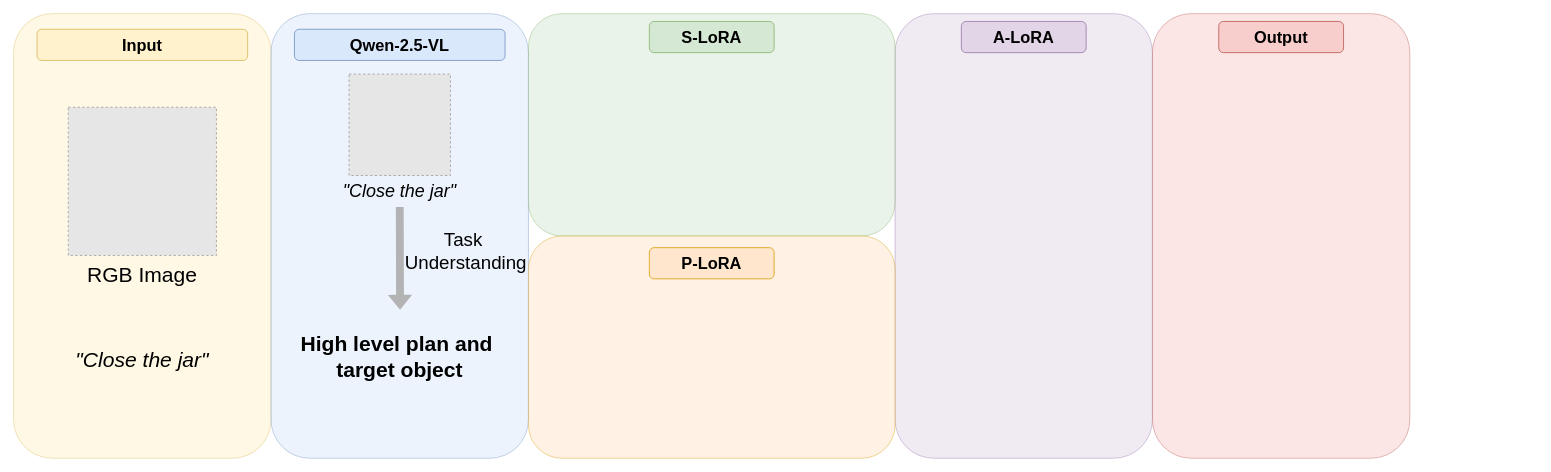
Earlier version of the draw.io diagram page "第 1 页" (1 of 11) of new.drawio (davidclose322/davidclose). Source tidied: cells renumbered, new cells numbered last; positions are measured from the earlier drawing's top-left corner, leaving out a move shared by most shapes. Both pictures are drawn from the tidied source at 78%, with x=0, y=0 at pixel (13, 13). Pictures stored in the file or linked from it are replaced by grey dashed boxes.
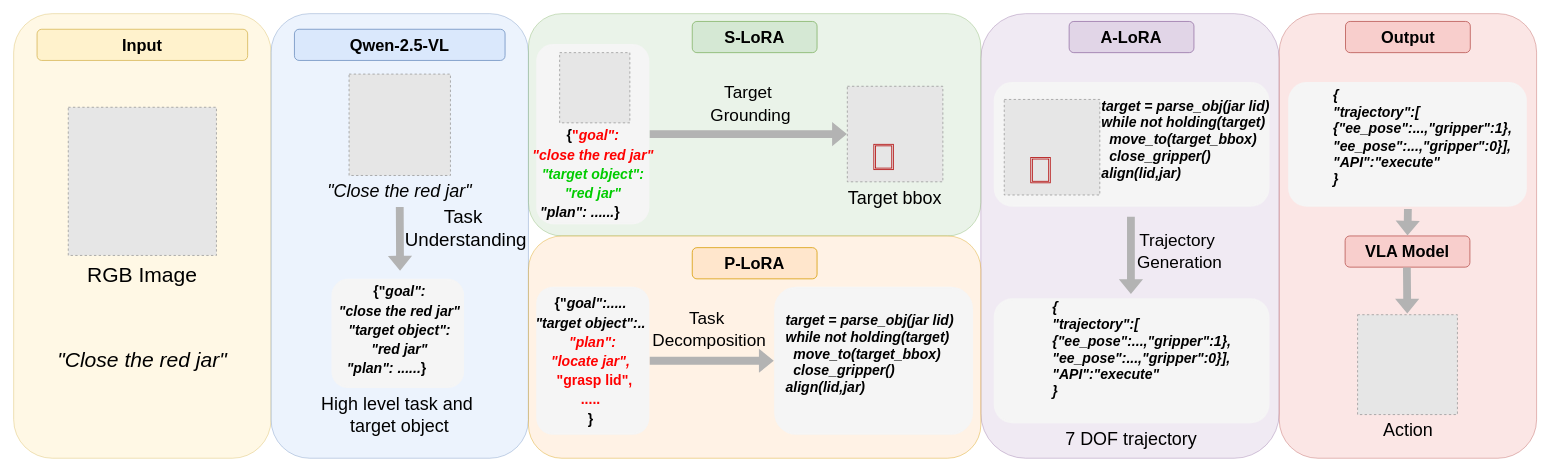
Above is the later version.

What changed in the source:
```diff
@@
     <mxCell id="3" style="rounded=1;whiteSpace=wrap;html=1;fillColor=#e1d5e7;strokeColor=#9673a6;opacity=50;" parent="1" vertex="1">
-      <mxGeometry x="1130" width="330" height="570" as="geometry" />
+      <mxGeometry x="1240" width="382.5" height="570" as="geometry" />
     </mxCell>
@@
     <mxCell id="5" style="rounded=1;whiteSpace=wrap;html=1;fillColor=#d5e8d4;strokeColor=#82b366;opacity=50;" parent="1" vertex="1">
-      <mxGeometry x="660" width="470" height="285" as="geometry" />
+      <mxGeometry x="660" width="580" height="285" as="geometry" />
     </mxCell>
     <mxCell id="6" style="rounded=1;whiteSpace=wrap;html=1;fillColor=#ffe6cc;strokeColor=#d79b00;opacity=50;" parent="1" vertex="1">
-      <mxGeometry x="660" y="285" width="470" height="285" as="geometry" />
+      <mxGeometry x="660" y="285" width="580" height="285" as="geometry" />
     </mxCell>
     <mxCell id="7" style="rounded=1;whiteSpace=wrap;html=1;fillColor=#f8cecc;strokeColor=#b85450;opacity=50;" parent="1" vertex="1">
-      <mxGeometry x="1460" width="330" height="570" as="geometry" />
+      <mxGeometry x="1622.5" width="330" height="570" as="geometry" />
     </mxCell>
@@
     <mxCell id="9" value="&lt;font style=&quot;font-size: 21px;&quot;&gt;&lt;b style=&quot;&quot;&gt;A-LoRA&lt;/b&gt;&lt;/font&gt;" style="rounded=1;whiteSpace=wrap;html=1;fillColor=#e1d5e7;strokeColor=#9673a6;" parent="1" vertex="1">
-      <mxGeometry x="1215" y="10" width="160" height="40" as="geometry" />
+      <mxGeometry x="1353.2" y="10" width="160" height="40" as="geometry" />
     </mxCell>
     <mxCell id="10" value="&lt;font style=&quot;font-size: 21px;&quot;&gt;&lt;b style=&quot;&quot;&gt;Output&lt;/b&gt;&lt;/font&gt;" style="rounded=1;whiteSpace=wrap;html=1;fillColor=#f8cecc;strokeColor=#b85450;" parent="1" vertex="1">
-      <mxGeometry x="1545" y="10" width="160" height="40" as="geometry" />
+      <mxGeometry x="1707.5" y="10" width="160" height="40" as="geometry" />
     </mxCell>
@@
     <mxCell id="12" value="&lt;font style=&quot;font-size: 21px;&quot;&gt;&lt;b style=&quot;&quot;&gt;S-LoRA&lt;/b&gt;&lt;/font&gt;" style="rounded=1;whiteSpace=wrap;html=1;fillColor=#d5e8d4;strokeColor=#82b366;" parent="1" vertex="1">
-      <mxGeometry x="815" y="10" width="160" height="40" as="geometry" />
+      <mxGeometry x="870" y="10" width="160" height="40" as="geometry" />
     </mxCell>
     <mxCell id="13" value="&lt;font style=&quot;font-size: 21px;&quot;&gt;&lt;b style=&quot;&quot;&gt;P-LoRA&lt;/b&gt;&lt;/font&gt;" style="rounded=1;whiteSpace=wrap;html=1;fillColor=#ffe6cc;strokeColor=#d79b00;" parent="1" vertex="1">
-      <mxGeometry x="815" y="300" width="160" height="40" as="geometry" />
+      <mxGeometry x="870" y="300" width="160" height="40" as="geometry" />
     </mxCell>
@@
-    <mxCell id="16" value="&lt;font style=&quot;font-size: 27px;&quot;&gt;&lt;i style=&quot;&quot;&gt;&quot;Close the jar&quot;&lt;/i&gt;&lt;/font&gt;" style="text;html=1;whiteSpace=wrap;strokeColor=none;fillColor=none;align=center;verticalAlign=middle;rounded=0;" parent="1" vertex="1">
-      <mxGeometry x="70" y="420" width="190" height="50" as="geometry" />
+    <mxCell id="16" value="&lt;font style=&quot;font-size: 27px;&quot;&gt;&lt;i style=&quot;&quot;&gt;&quot;Close the red jar&quot;&lt;/i&gt;&lt;/font&gt;" style="text;html=1;whiteSpace=wrap;strokeColor=none;fillColor=none;align=center;verticalAlign=middle;rounded=0;" parent="1" vertex="1">
+      <mxGeometry x="45" y="420" width="240" height="50" as="geometry" />
     </mxCell>
@@
-    <mxCell id="18" value="&lt;font style=&quot;font-size: 23px;&quot;&gt;&lt;i style=&quot;&quot;&gt;&quot;Close the jar&quot;&lt;/i&gt;&lt;/font&gt;" style="text;html=1;whiteSpace=wrap;strokeColor=none;fillColor=none;align=center;verticalAlign=middle;rounded=0;" parent="1" vertex="1">
-      <mxGeometry x="410" y="207.5" width="170" height="40" as="geometry" />
+    <mxCell id="18" value="&lt;font style=&quot;font-size: 23px;&quot;&gt;&lt;i style=&quot;&quot;&gt;&quot;Close the red jar&quot;&lt;/i&gt;&lt;/font&gt;" style="text;html=1;whiteSpace=wrap;strokeColor=none;fillColor=none;align=center;verticalAlign=middle;rounded=0;" parent="1" vertex="1">
+      <mxGeometry x="390" y="207.5" width="210" height="40" as="geometry" />
     </mxCell>
     <mxCell id="19" style="shape=flexArrow;endArrow=classic;html=1;rounded=0;exitX=0.5;exitY=1;exitDx=0;exitDy=0;fillColor=#B3B3B3;strokeColor=none;" parent="1" edge="1" source="18">
       <mxGeometry relative="1" as="geometry">
-        <mxPoint x="495.4" y="380" as="targetPoint" />
+        <mxPoint x="495.4" y="330" as="targetPoint" />
       </mxGeometry>
     </mxCell>
-    <mxCell id="20" value="&lt;font style=&quot;font-size: 27px;&quot;&gt;&lt;b&gt;High level plan and&amp;nbsp;&lt;/b&gt;&lt;/font&gt;&lt;div&gt;&lt;font style=&quot;font-size: 27px;&quot;&gt;&lt;b&gt;target object&lt;/b&gt;&lt;/font&gt;&lt;/div&gt;" style="text;html=1;whiteSpace=wrap;strokeColor=none;fillColor=none;align=center;verticalAlign=middle;rounded=0;" parent="1" vertex="1">
-      <mxGeometry x="355" y="400" width="280" height="80" as="geometry" />
-    </mxCell>
     <mxCell id="21" value="Task&amp;nbsp;&lt;div&gt;Understanding&lt;/div&gt;" style="text;html=1;whiteSpace=wrap;strokeColor=none;fillColor=none;align=center;verticalAlign=middle;rounded=0;fontSize=24;" parent="1" vertex="1">
-      <mxGeometry x="490" y="270" width="180" height="70" as="geometry" />
+      <mxGeometry x="490" y="240" width="180" height="70" as="geometry" />
     </mxCell>
+    <mxCell id="22" style="shape=ext;double=1;rounded=1;whiteSpace=wrap;html=1;strokeColor=none;fillColor=#f5f5f5;fontColor=#333333;" parent="1" vertex="1">
+      <mxGeometry x="670" y="38.8" width="145" height="231.2" as="geometry" />
+    </mxCell>
+    <mxCell id="23" style="fillColor=#E6E6E6;strokeColor=#999999;dashed=1;verticalLabelPosition=bottom;labelBackgroundColor=default;verticalAlign=top;" parent="1" vertex="1">
+      <mxGeometry x="700" y="50" width="90" height="90" as="geometry" />
+    </mxCell>
+    <mxCell id="24" style="fillColor=#E6E6E6;strokeColor=#999999;dashed=1;verticalLabelPosition=bottom;labelBackgroundColor=default;verticalAlign=top;" parent="1" vertex="1">
+      <mxGeometry x="1068.8" y="93.1" width="122.5" height="122.5" as="geometry" />
+    </mxCell>
+    <mxCell id="25" value="&lt;font style=&quot;font-size: 22px;&quot;&gt;Target&amp;nbsp;&lt;/font&gt;&lt;div&gt;&lt;font style=&quot;font-size: 22px;&quot;&gt;Grounding&lt;/font&gt;&lt;/div&gt;" style="text;html=1;whiteSpace=wrap;strokeColor=none;fillColor=none;align=center;verticalAlign=middle;rounded=0;fontSize=24;" parent="1" vertex="1">
+      <mxGeometry x="880" y="80" width="130" height="70" as="geometry" />
+    </mxCell>
+    <mxCell id="26" style="shape=ext;double=1;rounded=1;whiteSpace=wrap;html=1;strokeColor=none;fillColor=#f5f5f5;fontColor=#333333;" parent="1" vertex="1">
+      <mxGeometry x="670" y="350" width="145" height="190" as="geometry" />
+    </mxCell>
+    <mxCell id="27" style="shape=ext;double=1;rounded=1;whiteSpace=wrap;html=1;strokeColor=none;fillColor=#f5f5f5;fontColor=#333333;" parent="1" vertex="1">
+      <mxGeometry x="975" y="350" width="255" height="190" as="geometry" />
+    </mxCell>
+    <mxCell id="28" style="shape=flexArrow;endArrow=classic;html=1;rounded=0;exitX=1;exitY=0.5;exitDx=0;exitDy=0;fillColor=#B3B3B3;strokeColor=none;entryX=0;entryY=0.5;entryDx=0;entryDy=0;" parent="1" edge="1" source="26" target="27">
+      <mxGeometry relative="1" as="geometry" />
+    </mxCell>
+    <mxCell id="29" value="Task&amp;nbsp;&lt;div&gt;Decomposition&lt;/div&gt;" style="text;html=1;whiteSpace=wrap;strokeColor=none;fillColor=none;align=center;verticalAlign=middle;rounded=0;fontSize=22;" parent="1" vertex="1">
+      <mxGeometry x="807" y="370" width="170" height="70" as="geometry" />
+    </mxCell>
+    <mxCell id="30" style="shape=flexArrow;endArrow=classic;html=1;rounded=0;exitX=1;exitY=0.5;exitDx=0;exitDy=0;fillColor=#B3B3B3;strokeColor=none;" parent="1" edge="1" source="22" target="24">
+      <mxGeometry relative="1" as="geometry" />
+    </mxCell>
+    <mxCell id="31" style="shape=ext;double=1;rounded=0;whiteSpace=wrap;html=1;fillColor=none;fontColor=#ffffff;strokeColor=#B20000;" parent="1" vertex="1">
+      <mxGeometry x="1102.8" y="167.5" width="25" height="32.5" as="geometry" />
+    </mxCell>
+    <mxCell id="32" value="&lt;font style=&quot;font-size: 18px;&quot;&gt;&lt;b style=&quot;&quot;&gt;{&lt;span style=&quot;color: rgb(255, 0, 0);&quot;&gt;&quot;&lt;i&gt;goal&quot;:&lt;/i&gt;&lt;/span&gt;&lt;/b&gt;&lt;/font&gt;&lt;div&gt;&lt;font style=&quot;font-size: 18px;&quot;&gt;&lt;i style=&quot;color: rgb(255, 0, 0);&quot;&gt;&lt;b&gt;&quot;close the red jar&quot;&lt;/b&gt;&lt;/i&gt;&lt;/font&gt;&lt;div&gt;&lt;i&gt;&lt;font style=&quot;font-size: 18px;&quot;&gt;&lt;b style=&quot;color: rgb(0, 204, 0);&quot;&gt;&quot;target object&quot;:&lt;/b&gt;&lt;/font&gt;&lt;/i&gt;&lt;/div&gt;&lt;div&gt;&lt;i&gt;&lt;font style=&quot;font-size: 18px;&quot;&gt;&lt;b style=&quot;color: rgb(0, 204, 0);&quot;&gt;&quot;red jar&quot;&lt;/b&gt;&lt;/font&gt;&lt;/i&gt;&lt;/div&gt;&lt;div&gt;&lt;div style=&quot;text-align: left;&quot;&gt;&lt;font style=&quot;font-size: 18px;&quot;&gt;&lt;b style=&quot;&quot;&gt;&lt;span style=&quot;background-color: transparent; color: light-dark(rgb(0, 0, 0), rgb(255, 255, 255));&quot;&gt;&lt;i&gt;&amp;nbsp; &quot;plan&quot;: ......&lt;/i&gt;&lt;/span&gt;&lt;span style=&quot;background-color: transparent; color: light-dark(rgb(0, 0, 0), rgb(255, 255, 255)); text-align: center;&quot;&gt;}&lt;/span&gt;&lt;/b&gt;&lt;/font&gt;&lt;/div&gt;&lt;/div&gt;&lt;/div&gt;" style="text;html=1;whiteSpace=wrap;strokeColor=none;fillColor=none;align=center;verticalAlign=middle;rounded=0;fontSize=20;" parent="1" vertex="1">
+      <mxGeometry x="652.5" y="140" width="180" height="130" as="geometry" />
+    </mxCell>
+    <mxCell id="33" value="&lt;font style=&quot;font-size: 18px;&quot;&gt;&lt;b style=&quot;color: rgb(0, 0, 0);&quot;&gt;{&lt;span&gt;&quot;&lt;i&gt;goal&quot;:.....&lt;/i&gt;&lt;/span&gt;&lt;/b&gt;&lt;/font&gt;&lt;div&gt;&lt;div&gt;&lt;i&gt;&lt;font style=&quot;font-size: 18px;&quot;&gt;&lt;b style=&quot;color: rgb(0, 0, 0);&quot;&gt;&quot;target object&quot;:..&lt;/b&gt;&lt;/font&gt;&lt;/i&gt;&lt;/div&gt;&lt;div&gt;&lt;div style=&quot;&quot;&gt;&lt;font style=&quot;font-size: 18px;&quot;&gt;&lt;b&gt;&lt;span style=&quot;background-color: transparent;&quot;&gt;&lt;i style=&quot;&quot;&gt;&lt;span style=&quot;color: light-dark(rgb(0, 0, 0), rgb(237, 237, 237));&quot;&gt;&amp;nbsp;&lt;/span&gt;&lt;span style=&quot;color: rgb(255, 0, 0);&quot;&gt; &quot;plan&quot;:&amp;nbsp;&lt;/span&gt;&lt;/i&gt;&lt;/span&gt;&lt;/b&gt;&lt;/font&gt;&lt;/div&gt;&lt;div style=&quot;&quot;&gt;&lt;font style=&quot;font-size: 18px;&quot;&gt;&lt;b style=&quot;color: rgb(0, 0, 0);&quot;&gt;&lt;span style=&quot;background-color: transparent; color: rgb(255, 0, 0);&quot;&gt;&lt;i&gt;&quot;locate jar&quot;,&lt;/i&gt;&lt;/span&gt;&lt;/b&gt;&lt;/font&gt;&lt;/div&gt;&lt;div style=&quot;&quot;&gt;&lt;font style=&quot;font-size: 18px;&quot;&gt;&lt;b style=&quot;color: rgb(0, 0, 0);&quot;&gt;&lt;span style=&quot;background-color: transparent; color: rgb(255, 0, 0);&quot;&gt;&amp;nbsp; &quot;grasp lid&quot;,&lt;/span&gt;&lt;/b&gt;&lt;/font&gt;&lt;/div&gt;&lt;div style=&quot;&quot;&gt;&lt;font style=&quot;font-size: 18px;&quot;&gt;&lt;b style=&quot;color: rgb(0, 0, 0);&quot;&gt;&lt;span style=&quot;background-color: transparent; color: rgb(255, 0, 0);&quot;&gt;.....&lt;/span&gt;&lt;/b&gt;&lt;/font&gt;&lt;/div&gt;&lt;div style=&quot;&quot;&gt;&lt;font style=&quot;font-size: 18px;&quot;&gt;&lt;b style=&quot;color: rgb(0, 0, 0);&quot;&gt;&lt;span style=&quot;background-color: transparent;&quot;&gt;}&lt;/span&gt;&lt;/b&gt;&lt;/font&gt;&lt;/div&gt;&lt;/div&gt;&lt;/div&gt;" style="text;html=1;whiteSpace=wrap;strokeColor=none;fillColor=none;align=center;verticalAlign=middle;rounded=0;fontSize=20;" parent="1" vertex="1">
+      <mxGeometry x="660" y="355" width="160" height="180" as="geometry" />
+    </mxCell>
+    <mxCell id="34" value="&lt;font style=&quot;font-size: 23px;&quot;&gt;Target bbox&lt;/font&gt;" style="text;html=1;whiteSpace=wrap;strokeColor=none;fillColor=none;align=center;verticalAlign=middle;rounded=0;fontStyle=0;" parent="1" vertex="1">
+      <mxGeometry x="1060" y="215.6" width="140" height="40" as="geometry" />
+    </mxCell>
+    <mxCell id="35" value="&lt;div&gt;&lt;span style=&quot;font-size: 18px;&quot;&gt;&lt;b&gt;&lt;i&gt;&lt;br&gt;&lt;/i&gt;&lt;/b&gt;&lt;/span&gt;&lt;/div&gt;&lt;span style=&quot;font-size: 18px;&quot;&gt;&lt;b&gt;&lt;i&gt;target = parse_obj(jar lid)&lt;/i&gt;&lt;/b&gt;&lt;/span&gt;&lt;div&gt;&lt;span style=&quot;font-size: 18px;&quot;&gt;&lt;b&gt;&lt;i&gt;while not holding(target)&lt;/i&gt;&lt;/b&gt;&lt;/span&gt;&lt;/div&gt;&lt;div&gt;&lt;span style=&quot;font-size: 18px;&quot;&gt;&lt;b&gt;&lt;i&gt;&amp;nbsp; move_to(target_bbox)&lt;/i&gt;&lt;/b&gt;&lt;/span&gt;&lt;/div&gt;&lt;div&gt;&lt;span style=&quot;font-size: 18px;&quot;&gt;&lt;b&gt;&lt;i&gt;&amp;nbsp; close_gripper()&lt;/i&gt;&lt;/b&gt;&lt;/span&gt;&lt;/div&gt;&lt;div&gt;&lt;span style=&quot;font-size: 18px;&quot;&gt;&lt;b&gt;&lt;i&gt;align(lid,jar)&lt;/i&gt;&lt;/b&gt;&lt;/span&gt;&lt;/div&gt;" style="text;whiteSpace=wrap;html=1;align=left;labelBackgroundColor=none;" parent="1" vertex="1">
+      <mxGeometry x="987.5" y="355" width="230" height="190" as="geometry" />
+    </mxCell>
+    <mxCell id="36" style="shape=ext;double=1;rounded=1;whiteSpace=wrap;html=1;strokeColor=none;fillColor=#f5f5f5;fontColor=#333333;" parent="1" vertex="1">
+      <mxGeometry x="1256.5" y="87.5" width="353.5" height="160" as="geometry" />
+    </mxCell>
+    <mxCell id="37" value="&lt;div&gt;&lt;span style=&quot;font-size: 18px;&quot;&gt;&lt;b&gt;&lt;i&gt;&lt;br&gt;&lt;/i&gt;&lt;/b&gt;&lt;/span&gt;&lt;/div&gt;&lt;span style=&quot;font-size: 18px;&quot;&gt;&lt;b&gt;&lt;i&gt;target = parse_obj(jar lid)&lt;/i&gt;&lt;/b&gt;&lt;/span&gt;&lt;div&gt;&lt;span style=&quot;font-size: 18px;&quot;&gt;&lt;b&gt;&lt;i&gt;while not holding(target)&lt;/i&gt;&lt;/b&gt;&lt;/span&gt;&lt;/div&gt;&lt;div&gt;&lt;span style=&quot;font-size: 18px;&quot;&gt;&lt;b&gt;&lt;i&gt;&amp;nbsp; move_to(target_bbox)&lt;/i&gt;&lt;/b&gt;&lt;/span&gt;&lt;/div&gt;&lt;div&gt;&lt;span style=&quot;font-size: 18px;&quot;&gt;&lt;b&gt;&lt;i&gt;&amp;nbsp; close_gripper()&lt;/i&gt;&lt;/b&gt;&lt;/span&gt;&lt;/div&gt;&lt;div&gt;&lt;span style=&quot;font-size: 18px;&quot;&gt;&lt;b&gt;&lt;i&gt;align(lid,jar)&lt;/i&gt;&lt;/b&gt;&lt;/span&gt;&lt;/div&gt;" style="text;whiteSpace=wrap;html=1;align=left;labelBackgroundColor=none;" parent="1" vertex="1">
+      <mxGeometry x="1392.5" y="80" width="230" height="190" as="geometry" />
+    </mxCell>
+    <mxCell id="38" style="fillColor=#E6E6E6;strokeColor=#999999;dashed=1;verticalLabelPosition=bottom;labelBackgroundColor=default;verticalAlign=top;" parent="1" vertex="1">
+      <mxGeometry x="1270" y="110" width="122.5" height="122.5" as="geometry" />
+    </mxCell>
+    <mxCell id="39" style="shape=ext;double=1;rounded=0;whiteSpace=wrap;html=1;fillColor=none;fontColor=#ffffff;strokeColor=#B20000;" parent="1" vertex="1">
+      <mxGeometry x="1304" y="184.4" width="25" height="32.5" as="geometry" />
+    </mxCell>
+    <mxCell id="40" style="shape=ext;double=1;rounded=1;whiteSpace=wrap;html=1;strokeColor=none;fillColor=#f5f5f5;fontColor=#333333;" parent="1" vertex="1">
+      <mxGeometry x="1634" y="87.5" width="306" height="160" as="geometry" />
+    </mxCell>
+    <mxCell id="41" style="shape=flexArrow;endArrow=classic;html=1;rounded=0;fillColor=#B3B3B3;strokeColor=none;entryX=0.5;entryY=0;entryDx=0;entryDy=0;" parent="1" edge="1">
+      <mxGeometry relative="1" as="geometry">
+        <mxPoint x="1432.4" y="260" as="sourcePoint" />
+        <mxPoint x="1432.4" y="360" as="targetPoint" />
+      </mxGeometry>
+    </mxCell>
+    <mxCell id="42" value="Trajectory&amp;nbsp;&lt;div&gt;Generation&lt;/div&gt;" style="text;html=1;whiteSpace=wrap;strokeColor=none;fillColor=none;align=center;verticalAlign=middle;rounded=0;fontSize=22;" parent="1" vertex="1">
+      <mxGeometry x="1430" y="270" width="130" height="70" as="geometry" />
+    </mxCell>
+    <mxCell id="43" value="&lt;font style=&quot;font-size: 23px;&quot;&gt;High level task and&amp;nbsp;&lt;/font&gt;&lt;div&gt;&lt;font style=&quot;font-size: 23px;&quot;&gt;target object&lt;/font&gt;&lt;/div&gt;" style="text;html=1;whiteSpace=wrap;strokeColor=none;fillColor=none;align=center;verticalAlign=middle;rounded=0;fontStyle=0;" parent="1" vertex="1">
+      <mxGeometry x="385" y="480" width="220" height="70" as="geometry" />
+    </mxCell>
+    <mxCell id="44" style="shape=ext;double=1;rounded=1;whiteSpace=wrap;html=1;strokeColor=none;fillColor=#f5f5f5;fontColor=#333333;" parent="1" vertex="1">
+      <mxGeometry x="407.5" y="340" width="170" height="140" as="geometry" />
+    </mxCell>
+    <mxCell id="45" value="&lt;font style=&quot;font-size: 18px;&quot;&gt;&lt;b style=&quot;color: rgb(0, 0, 0);&quot;&gt;{&lt;span&gt;&quot;&lt;i&gt;goal&quot;:&lt;/i&gt;&lt;/span&gt;&lt;/b&gt;&lt;/font&gt;&lt;div&gt;&lt;font style=&quot;font-size: 18px;&quot;&gt;&lt;i&gt;&lt;b style=&quot;color: rgb(0, 0, 0);&quot;&gt;&quot;close the red jar&quot;&lt;/b&gt;&lt;/i&gt;&lt;/font&gt;&lt;div&gt;&lt;i&gt;&lt;font style=&quot;font-size: 18px;&quot;&gt;&lt;b style=&quot;color: rgb(0, 0, 0);&quot;&gt;&quot;target object&quot;:&lt;/b&gt;&lt;/font&gt;&lt;/i&gt;&lt;/div&gt;&lt;div&gt;&lt;i&gt;&lt;font style=&quot;font-size: 18px;&quot;&gt;&lt;b style=&quot;color: rgb(0, 0, 0);&quot;&gt;&quot;red jar&quot;&lt;/b&gt;&lt;/font&gt;&lt;/i&gt;&lt;/div&gt;&lt;div&gt;&lt;div style=&quot;text-align: left;&quot;&gt;&lt;font style=&quot;font-size: 18px;&quot;&gt;&lt;b style=&quot;color: rgb(0, 0, 0);&quot;&gt;&lt;span style=&quot;background-color: transparent;&quot;&gt;&lt;i&gt;&amp;nbsp; &quot;plan&quot;: ......&lt;/i&gt;&lt;/span&gt;&lt;span style=&quot;background-color: transparent; text-align: center;&quot;&gt;}&lt;/span&gt;&lt;/b&gt;&lt;/font&gt;&lt;/div&gt;&lt;/div&gt;&lt;/div&gt;" style="text;html=1;whiteSpace=wrap;strokeColor=none;fillColor=none;align=center;verticalAlign=middle;rounded=0;fontSize=20;" parent="1" vertex="1">
+      <mxGeometry x="405" y="340" width="180" height="130" as="geometry" />
+    </mxCell>
+    <mxCell id="46" style="shape=ext;double=1;rounded=1;whiteSpace=wrap;html=1;strokeColor=none;fillColor=#f5f5f5;fontColor=#333333;" parent="1" vertex="1">
+      <mxGeometry x="1256.5" y="365" width="353.5" height="160" as="geometry" />
+    </mxCell>
+    <mxCell id="47" value="&lt;div&gt;&lt;font style=&quot;font-size: 18px;&quot;&gt;&lt;i&gt;&lt;b&gt;{&lt;/b&gt;&lt;/i&gt;&lt;/font&gt;&lt;/div&gt;&lt;div&gt;&lt;font style=&quot;font-size: 18px;&quot;&gt;&lt;i&gt;&lt;b&gt;&quot;trajectory&quot;:[&lt;/b&gt;&lt;/i&gt;&lt;/font&gt;&lt;/div&gt;&lt;div&gt;&lt;font style=&quot;font-size: 18px;&quot;&gt;&lt;i&gt;&lt;b&gt;{&quot;ee_pose&quot;:...,&lt;/b&gt;&lt;/i&gt;&lt;/font&gt;&lt;i style=&quot;font-size: 18px; background-color: transparent; color: light-dark(rgb(0, 0, 0), rgb(255, 255, 255));&quot;&gt;&lt;b&gt;&quot;gripper&quot;:1},&lt;/b&gt;&lt;/i&gt;&lt;/div&gt;&lt;div&gt;&lt;div&gt;&lt;font style=&quot;font-size: 18px;&quot;&gt;&lt;i&gt;&lt;b&gt;&quot;ee_pose&quot;:...,&lt;/b&gt;&lt;/i&gt;&lt;/font&gt;&lt;i style=&quot;font-size: 18px; background-color: transparent; color: light-dark(rgb(0, 0, 0), rgb(255, 255, 255));&quot;&gt;&lt;b&gt;&quot;gripper&quot;:0}],&lt;/b&gt;&lt;/i&gt;&lt;/div&gt;&lt;/div&gt;&lt;div&gt;&lt;font style=&quot;font-size: 18px;&quot;&gt;&lt;i&gt;&lt;b&gt;&quot;API&quot;:&quot;execute&quot;&lt;/b&gt;&lt;/i&gt;&lt;/font&gt;&lt;/div&gt;&lt;div&gt;&lt;font style=&quot;font-size: 18px;&quot;&gt;&lt;i&gt;&lt;b&gt;}&lt;/b&gt;&lt;/i&gt;&lt;/font&gt;&lt;/div&gt;" style="text;whiteSpace=wrap;html=1;align=left;labelBackgroundColor=none;" parent="1" vertex="1">
+      <mxGeometry x="1330" y="360" width="230" height="190" as="geometry" />
+    </mxCell>
+    <mxCell id="48" value="&lt;span style=&quot;font-size: 23px;&quot;&gt;7 DOF trajectory&lt;/span&gt;" style="text;html=1;whiteSpace=wrap;strokeColor=none;fillColor=none;align=center;verticalAlign=middle;rounded=0;fontStyle=0;" parent="1" vertex="1">
+      <mxGeometry x="1338.2" y="525" width="190" height="40" as="geometry" />
+    </mxCell>
+    <mxCell id="49" value="&lt;div&gt;&lt;font style=&quot;font-size: 18px;&quot;&gt;&lt;i&gt;&lt;b&gt;{&lt;/b&gt;&lt;/i&gt;&lt;/font&gt;&lt;/div&gt;&lt;div&gt;&lt;font style=&quot;font-size: 18px;&quot;&gt;&lt;i&gt;&lt;b&gt;&quot;trajectory&quot;:[&lt;/b&gt;&lt;/i&gt;&lt;/font&gt;&lt;/div&gt;&lt;div&gt;&lt;font style=&quot;font-size: 18px;&quot;&gt;&lt;i&gt;&lt;b&gt;{&quot;ee_pose&quot;:...,&lt;/b&gt;&lt;/i&gt;&lt;/font&gt;&lt;i style=&quot;font-size: 18px; background-color: transparent; color: light-dark(rgb(0, 0, 0), rgb(255, 255, 255));&quot;&gt;&lt;b&gt;&quot;gripper&quot;:1},&lt;/b&gt;&lt;/i&gt;&lt;/div&gt;&lt;div&gt;&lt;div&gt;&lt;font style=&quot;font-size: 18px;&quot;&gt;&lt;i&gt;&lt;b&gt;&quot;ee_pose&quot;:...,&lt;/b&gt;&lt;/i&gt;&lt;/font&gt;&lt;i style=&quot;font-size: 18px; background-color: transparent; color: light-dark(rgb(0, 0, 0), rgb(255, 255, 255));&quot;&gt;&lt;b&gt;&quot;gripper&quot;:0}],&lt;/b&gt;&lt;/i&gt;&lt;/div&gt;&lt;/div&gt;&lt;div&gt;&lt;font style=&quot;font-size: 18px;&quot;&gt;&lt;i&gt;&lt;b&gt;&quot;API&quot;:&quot;execute&quot;&lt;/b&gt;&lt;/i&gt;&lt;/font&gt;&lt;/div&gt;&lt;div&gt;&lt;font style=&quot;font-size: 18px;&quot;&gt;&lt;i&gt;&lt;b&gt;}&lt;/b&gt;&lt;/i&gt;&lt;/font&gt;&lt;/div&gt;" style="text;whiteSpace=wrap;html=1;align=left;labelBackgroundColor=none;" parent="1" vertex="1">
+      <mxGeometry x="1690" y="87.5" width="230" height="190" as="geometry" />
+    </mxCell>
+    <mxCell id="50" value="&lt;font style=&quot;font-size: 21px;&quot;&gt;&lt;b style=&quot;&quot;&gt;VLA Model&lt;/b&gt;&lt;/font&gt;" style="rounded=1;whiteSpace=wrap;html=1;fillColor=#f8cecc;strokeColor=#b85450;" parent="1" vertex="1">
+      <mxGeometry x="1707" y="285" width="160" height="40" as="geometry" />
+    </mxCell>
+    <mxCell id="51" style="shape=flexArrow;endArrow=classic;html=1;rounded=0;fillColor=#B3B3B3;strokeColor=none;entryX=0.5;entryY=0;entryDx=0;entryDy=0;" parent="1" edge="1" target="50">
+      <mxGeometry relative="1" as="geometry">
+        <mxPoint x="1787.5" y="249.9" as="sourcePoint" />
+      </mxGeometry>
+    </mxCell>
+    <mxCell id="52" style="shape=flexArrow;endArrow=classic;html=1;rounded=0;fillColor=#B3B3B3;strokeColor=none;entryX=0.5;entryY=0;entryDx=0;entryDy=0;" parent="1" edge="1">
+      <mxGeometry relative="1" as="geometry">
+        <mxPoint x="1786.2" y="325" as="sourcePoint" />
+        <mxPoint x="1786.7" y="385" as="targetPoint" />
+      </mxGeometry>
+    </mxCell>
+    <mxCell id="53" style="fillColor=#E6E6E6;strokeColor=#999999;dashed=1;verticalLabelPosition=bottom;labelBackgroundColor=default;verticalAlign=top;" parent="1" vertex="1">
+      <mxGeometry x="1723" y="386" width="128" height="128" as="geometry" />
+    </mxCell>
+    <mxCell id="54" value="&lt;span style=&quot;font-size: 23px;&quot;&gt;Action&lt;/span&gt;" style="text;html=1;whiteSpace=wrap;strokeColor=none;fillColor=none;align=center;verticalAlign=middle;rounded=0;fontStyle=0;" parent="1" vertex="1">
+      <mxGeometry x="1742.5" y="514" width="90" height="40" as="geometry" />
+    </mxCell>
```
